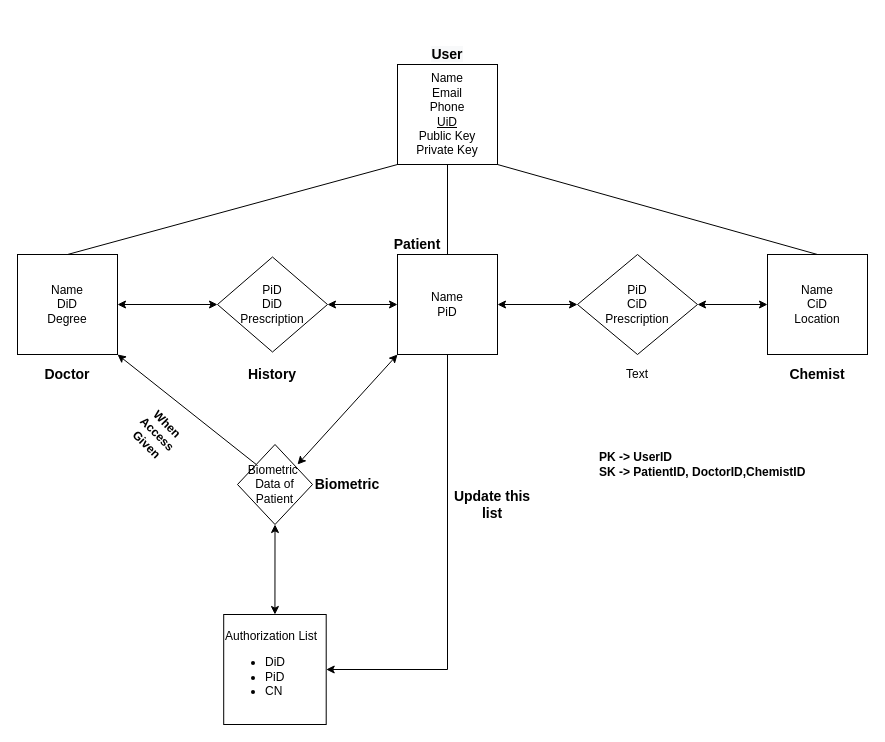
The draw.io diagram Flowcharts/ERModel.drawio in TeamRocketBalleBalle/RICA-Remastered, before the edit. Source tidied: cells renumbered, new cells numbered last; positions are measured from the earlier drawing's top-left corner, leaving out a move shared by most shapes. Both pictures are drawn from the tidied source at 100%, with x=0, y=0 at pixel (17, 44).
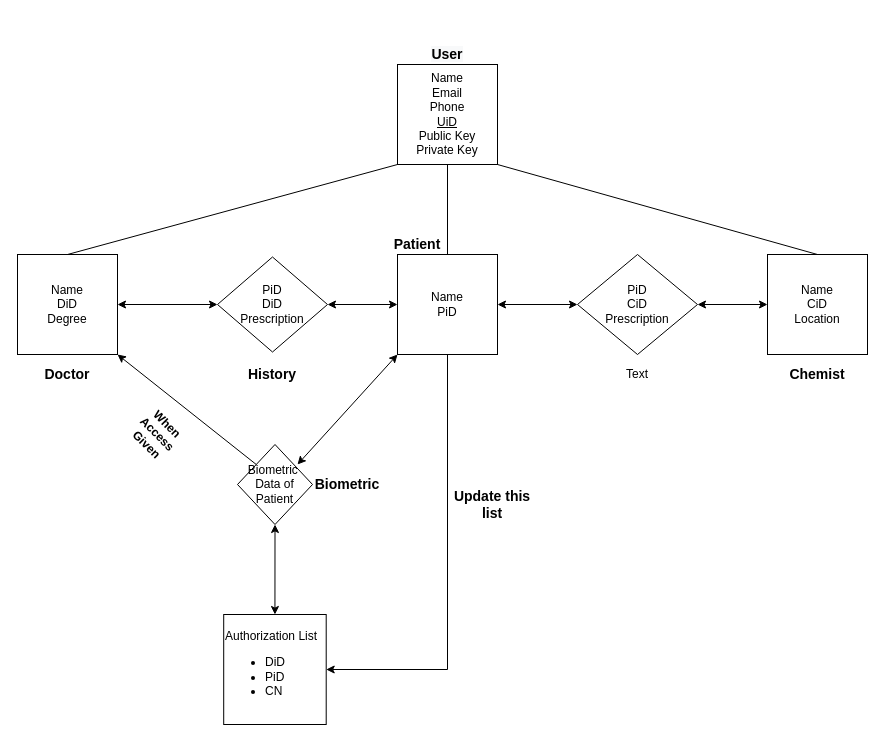
Above is the later version.

The edit, as a diff of the source:
```diff
@@
-    <mxCell id="30" value="&lt;b&gt;PK -&amp;gt; UserID&lt;br&gt;SK -&amp;gt; PatientID, DoctorID,ChemistID&lt;/b&gt;" style="text;html=1;strokeColor=none;fillColor=none;align=left;verticalAlign=middle;whiteSpace=wrap;rounded=0;comic=0;sketch=0;" parent="1" vertex="1">
-      <mxGeometry x="580" y="350" width="220" height="140" as="geometry" />
-    </mxCell>
```
